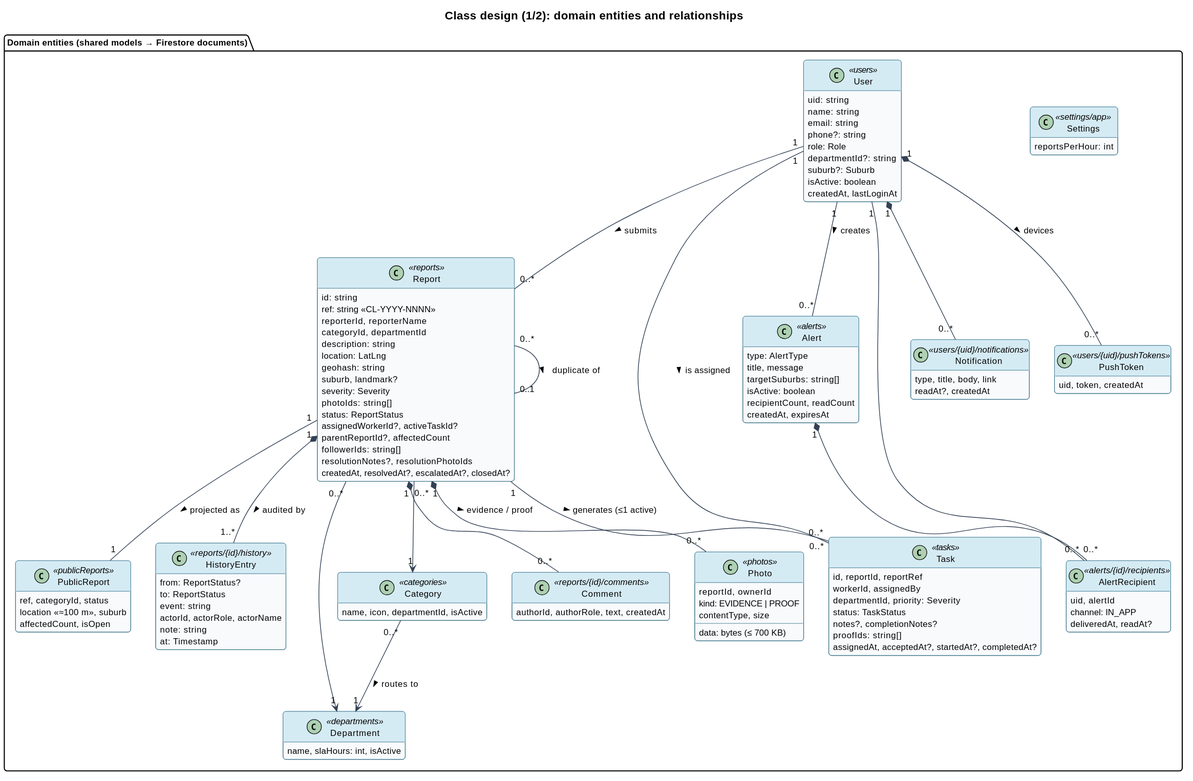
altechemist/civiclink keeps this PlantUML diagram as docs/diagrams/class-domain.svg. Above is the earlier version.
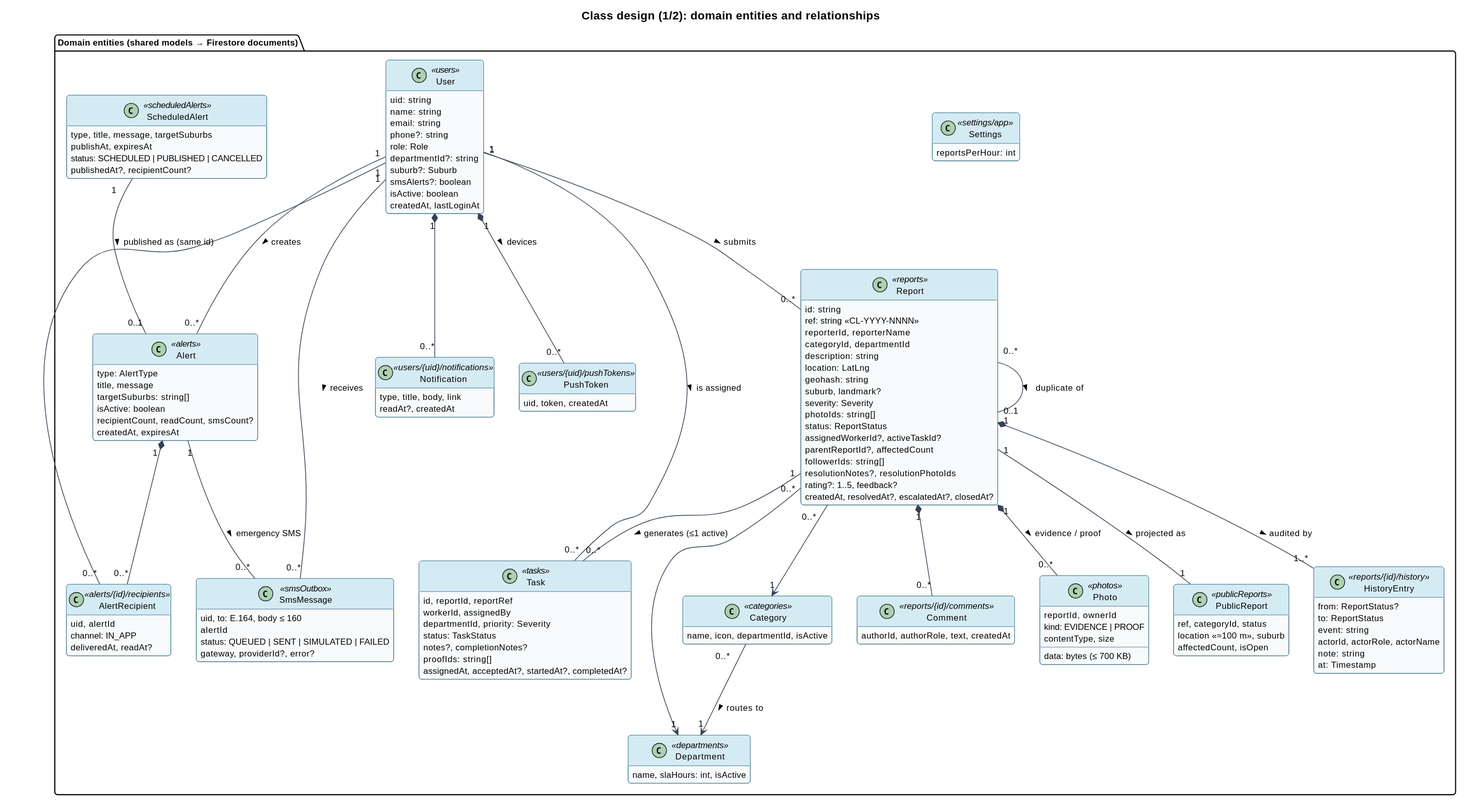
Later version of the same file.

What changed in the source:
```diff
@@ -11,6 +11,7 @@
     role: Role
     departmentId?: string
     suburb?: Suburb
+    smsAlerts?: boolean
     isActive: boolean
     createdAt, lastLoginAt
   }
@@ -30,6 +31,7 @@
     parentReportId?, affectedCount
     followerIds: string[]
     resolutionNotes?, resolutionPhotoIds
+    rating?: 1..5, feedback?
     createdAt, resolvedAt?, escalatedAt?, closedAt?
   }
   class HistoryEntry <<reports/{id}/history>> {
@@ -54,8 +56,20 @@
     title, message
     targetSuburbs: string[]
     isActive: boolean
-    recipientCount, readCount
+    recipientCount, readCount, smsCount?
     createdAt, expiresAt
+  }
+  class ScheduledAlert <<scheduledAlerts>> {
+    type, title, message, targetSuburbs
+    publishAt, expiresAt
+    status: SCHEDULED | PUBLISHED | CANCELLED
+    publishedAt?, recipientCount?
+  }
+  class SmsMessage <<smsOutbox>> {
+    uid, to: E.164, body ≤ 160
+    alertId
+    status: QUEUED | SENT | SIMULATED | FAILED
+    gateway, providerId?, error?
   }
   class AlertRecipient <<alerts/{id}/recipients>> {
     uid, alertId
@@ -110,4 +124,8 @@
 User "1" *-- "0..*" Notification
 User "1" *-- "0..*" PushToken : devices >
 User "1" -- "0..*" Alert : creates >
+
+ScheduledAlert "1" -- "0..1" Alert : published as (same id) >
+Alert "1" -- "0..*" SmsMessage : emergency SMS >
+User "1" -- "0..*" SmsMessage : receives >
 @enduml
```
